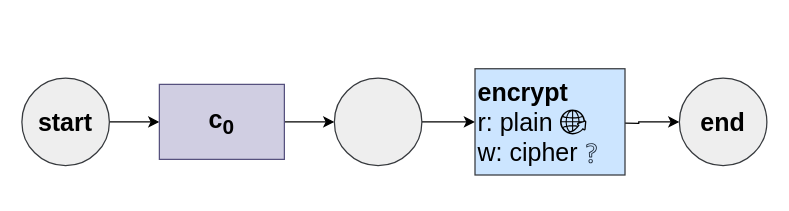
Above: figures/benchmarks/670.auth.drawio in spcl/sebs-flow-artifact (draw.io), before the change. Source tidied: cells renumbered, new cells numbered last; positions are measured from the earlier drawing's top-left corner, leaving out a move shared by most shapes. Both pictures are drawn from the tidied source at 125%, with x=0, y=0 at pixel (21, 68).
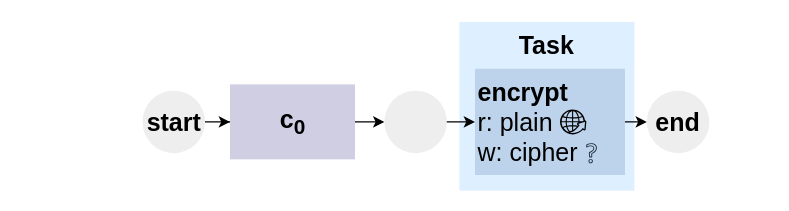
Above is the later version.

What changed in the source:
```diff
@@
 <mxGraphModel>
   <root>
     <mxCell id="0" />
     <mxCell id="1" parent="0" />
+    <mxCell id="13" value="&lt;b&gt;Task&lt;/b&gt;" style="rounded=0;whiteSpace=wrap;html=1;fontSize=20;align=center;verticalAlign=top;fillColor=#DEF0FF;strokeColor=none;" parent="1" vertex="1">
+      <mxGeometry x="350" y="-37" width="140" height="135" as="geometry" />
+    </mxCell>
-    <mxCell id="2" style="edgeStyle=orthogonalEdgeStyle;rounded=0;jettySize=auto;html=1;entryX=0;entryY=0.5;entryDx=0;entryDy=0;fontSize=20;" parent="1" edge="1" source="3" target="5">
+    <mxCell id="2" style="edgeStyle=orthogonalEdgeStyle;rounded=0;jettySize=auto;html=1;entryX=0;entryY=0.5;entryDx=0;entryDy=0;fontSize=20;startArrow=none;" parent="1" edge="1" source="3" target="5">
       <mxGeometry relative="1" as="geometry" />
     </mxCell>
-    <mxCell id="3" value="start" style="ellipse;whiteSpace=wrap;html=1;fontSize=20;fontStyle=1;fillColor=#eeeeee;strokeColor=#36393d;" parent="1" vertex="1">
-      <mxGeometry y="8" width="70" height="70" as="geometry" />
-    </mxCell>
-    <mxCell id="4" style="edgeStyle=orthogonalEdgeStyle;rounded=0;jettySize=auto;html=1;entryX=0;entryY=0.5;entryDx=0;entryDy=0;fontSize=20;" parent="1" edge="1" source="5" target="7">
-      <mxGeometry relative="1" as="geometry" />
+    <mxCell id="4" style="edgeStyle=orthogonalEdgeStyle;rounded=0;jettySize=auto;html=1;entryX=0;entryY=0.5;entryDx=0;entryDy=0;fontSize=20;" parent="1" edge="1" source="5">
+      <mxGeometry relative="1" as="geometry">
+        <mxPoint x="290" y="43" as="targetPoint" />
+      </mxGeometry>
     </mxCell>
-    <mxCell id="5" value="c&lt;sub&gt;0&lt;/sub&gt;" style="rounded=0;whiteSpace=wrap;html=1;fontSize=20;fillColor=#d0cee2;strokeColor=#56517e;fontStyle=1;" parent="1" vertex="1">
-      <mxGeometry x="110" y="13" width="100" height="60" as="geometry" />
+    <mxCell id="5" value="c&lt;sub&gt;0&lt;/sub&gt;" style="rounded=0;whiteSpace=wrap;html=1;fontSize=20;fillColor=#d0cee2;strokeColor=none;fontStyle=1;" parent="1" vertex="1">
+      <mxGeometry x="166.5" y="13" width="100" height="60" as="geometry" />
     </mxCell>
-    <mxCell id="6" style="edgeStyle=orthogonalEdgeStyle;rounded=0;jettySize=auto;html=1;entryX=0;entryY=0.5;entryDx=0;entryDy=0;fontSize=20;" parent="1" edge="1" source="7">
+    <mxCell id="6" style="edgeStyle=orthogonalEdgeStyle;rounded=0;orthogonalLoop=1;jettySize=auto;html=1;entryX=0;entryY=0.5;entryDx=0;entryDy=0;fontSize=20;" parent="1" edge="1">
       <mxGeometry relative="1" as="geometry">
+        <mxPoint x="320" y="43" as="sourcePoint" />
         <mxPoint x="362.5" y="43" as="targetPoint" />
       </mxGeometry>
     </mxCell>
-    <mxCell id="7" style="ellipse;whiteSpace=wrap;html=1;fontSize=20;fontStyle=1;fillColor=#eeeeee;strokeColor=#36393d;" parent="1" vertex="1">
-      <mxGeometry x="250" y="8" width="70" height="70" as="geometry" />
-    </mxCell>
-    <mxCell id="8" style="edgeStyle=orthogonalEdgeStyle;rounded=0;jettySize=auto;html=1;entryX=0;entryY=0.5;entryDx=0;entryDy=0;" parent="1" edge="1" target="9">
-      <mxGeometry relative="1" as="geometry">
-        <mxPoint x="460" y="43.6" as="sourcePoint" />
-      </mxGeometry>
-    </mxCell>
-    <mxCell id="9" value="end" style="ellipse;whiteSpace=wrap;html=1;fontSize=20;fontStyle=1;fillColor=#eeeeee;strokeColor=#36393d;" parent="1" vertex="1">
-      <mxGeometry x="526" y="8" width="70" height="70" as="geometry" />
-    </mxCell>
+    <mxCell id="14" style="edgeStyle=none;rounded=0;jettySize=auto;html=1;exitX=1;exitY=0.5;exitDx=0;exitDy=0;entryX=0;entryY=0.5;entryDx=0;entryDy=0;" parent="1" edge="1" source="10" target="9">
+      <mxGeometry relative="1" as="geometry" />
+    </mxCell>
-    <mxCell id="10" value="&lt;b&gt;encrypt&lt;br&gt;&lt;/b&gt;r: plain&lt;br&gt;w: cipher" style="rounded=0;whiteSpace=wrap;html=1;fontSize=20;align=left;fillColor=#cce5ff;strokeColor=#36393d;" parent="1" vertex="1">
+    <mxCell id="10" value="&lt;b&gt;encrypt&lt;br&gt;&lt;/b&gt;r: plain&lt;br&gt;w: cipher" style="rounded=0;whiteSpace=wrap;html=1;fontSize=20;align=left;fillColor=#BCD3EB;strokeColor=none;" parent="1" vertex="1">
       <mxGeometry x="362.5" y="0.5" width="120" height="85" as="geometry" />
     </mxCell>
     <mxCell id="11" style="sketch=0;html=1;strokeColor=none;shadow=0;align=center;verticalAlign=top;fillColor=#000000;shape=mxgraph.gcp2.globe_world;" parent="1" vertex="1">
       <mxGeometry x="430.5" y="33" width="21.1" height="20" as="geometry" />
     </mxCell>
     <mxCell id="12" style="sketch=0;fontColor=#232F3E;gradientColor=none;fillColor=#232F3E;strokeColor=none;dashed=0;verticalLabelPosition=bottom;verticalAlign=top;align=center;html=1;fontSize=12;fontStyle=0;shape=mxgraph.aws4.question;" parent="1" vertex="1">
       <mxGeometry x="451.5" y="60" width="8.5" height="16.2" as="geometry" />
     </mxCell>
+    <mxCell id="15" style="ellipse;whiteSpace=wrap;html=1;fontSize=20;fontStyle=1;fillColor=#eeeeee;strokeColor=none;" parent="1" vertex="1">
+      <mxGeometry x="290" y="18" width="50" height="50" as="geometry" />
+    </mxCell>
+    <mxCell id="3" value="start" style="ellipse;whiteSpace=wrap;html=1;fontSize=20;fontStyle=1;fillColor=#eeeeee;strokeColor=none;" parent="1" vertex="1">
+      <mxGeometry x="96.5" y="18" width="50" height="50" as="geometry" />
+    </mxCell>
+    <mxCell id="9" value="end" style="ellipse;whiteSpace=wrap;html=1;fontSize=20;fontStyle=1;fillColor=#eeeeee;strokeColor=none;" parent="1" vertex="1">
+      <mxGeometry x="500" y="18" width="50" height="50" as="geometry" />
+    </mxCell>
   </root>
 </mxGraphModel>
```
